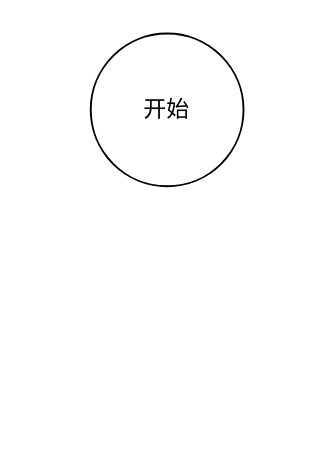
Above: 兼容新老地图元素ID和name字段流程.drawio in Jev0987/drawioFile (draw.io), before the change. Source tidied: cells renumbered, new cells numbered last; positions are measured from the earlier drawing's top-left corner, leaving out a move shared by most shapes. Both pictures are drawn from the tidied source at 191%, with x=0, y=0 at pixel (90, 32).
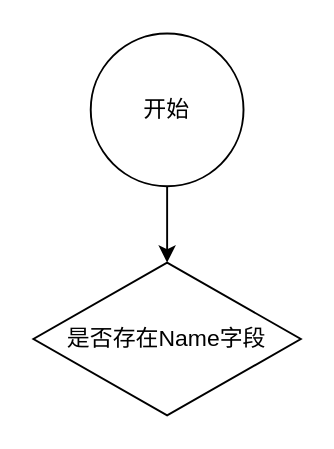
After the change.

Commit message (it also covers changes not shown here):
更新兼容新老地图元素ID和name字段流程.drawio

Diff of the diagram source:
```diff
@@
 <mxGraphModel>
   <root>
     <mxCell id="0" />
     <mxCell id="1" parent="0" />
+    <mxCell id="3" style="edgeStyle=orthogonalEdgeStyle;rounded=0;jettySize=auto;html=1;" parent="1" edge="1" source="2" target="4">
+      <mxGeometry relative="1" as="geometry" />
+    </mxCell>
     <mxCell id="2" value="开始" style="ellipse;whiteSpace=wrap;html=1;" parent="1" vertex="1">
       <mxGeometry width="80" height="80" as="geometry" />
     </mxCell>
+    <mxCell id="4" value="是否存在Name字段" style="rhombus;whiteSpace=wrap;html=1;" parent="1" vertex="1">
+      <mxGeometry x="-30" y="120" width="140" height="80" as="geometry" />
+    </mxCell>
   </root>
 </mxGraphModel>
```
